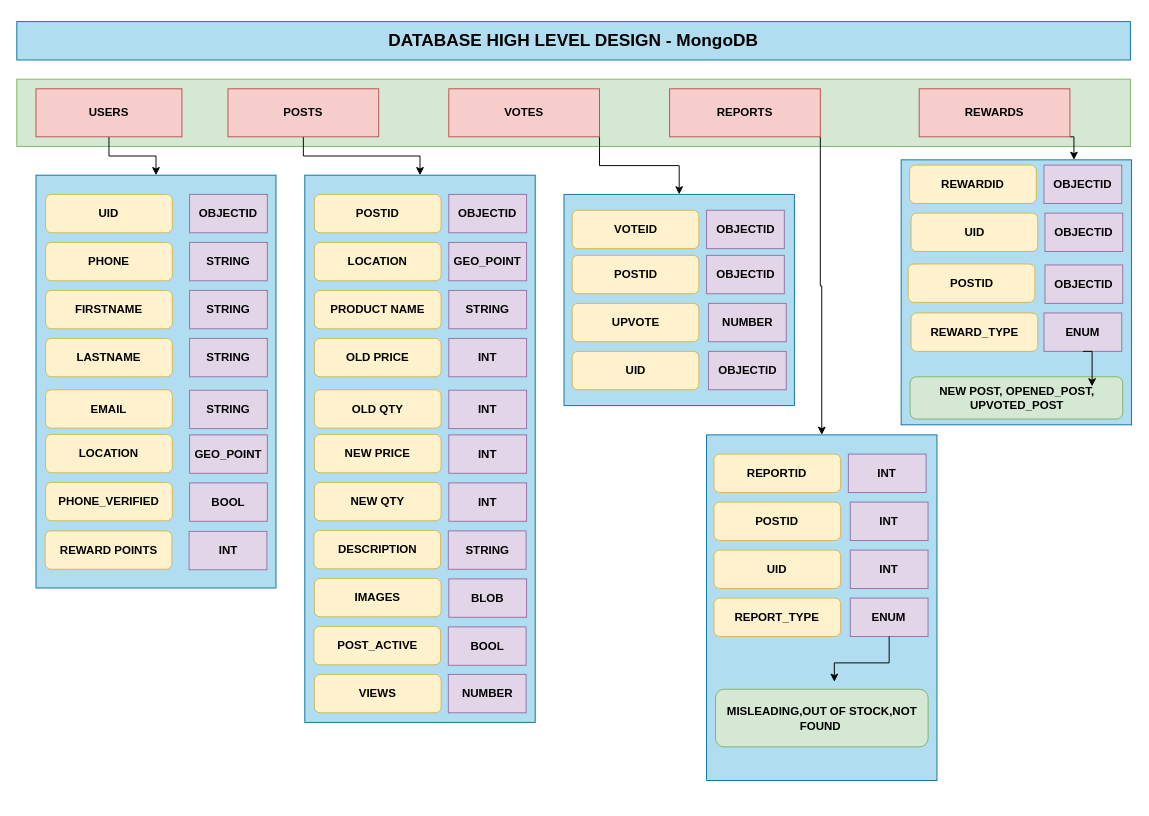
Above: page "DATABASE HIGH LEVEL DESIGN" (3 of 4) of rewards_app_system_design.drawio in NiharikaBalaga/rewarding-sale-app-docs (draw.io), before the change. Source tidied: cells renumbered, new cells numbered last; positions are measured from the earlier drawing's top-left corner, leaving out a move shared by most shapes. Both pictures are drawn from the tidied source at 96%, with x=0, y=0 at pixel (16, 21).
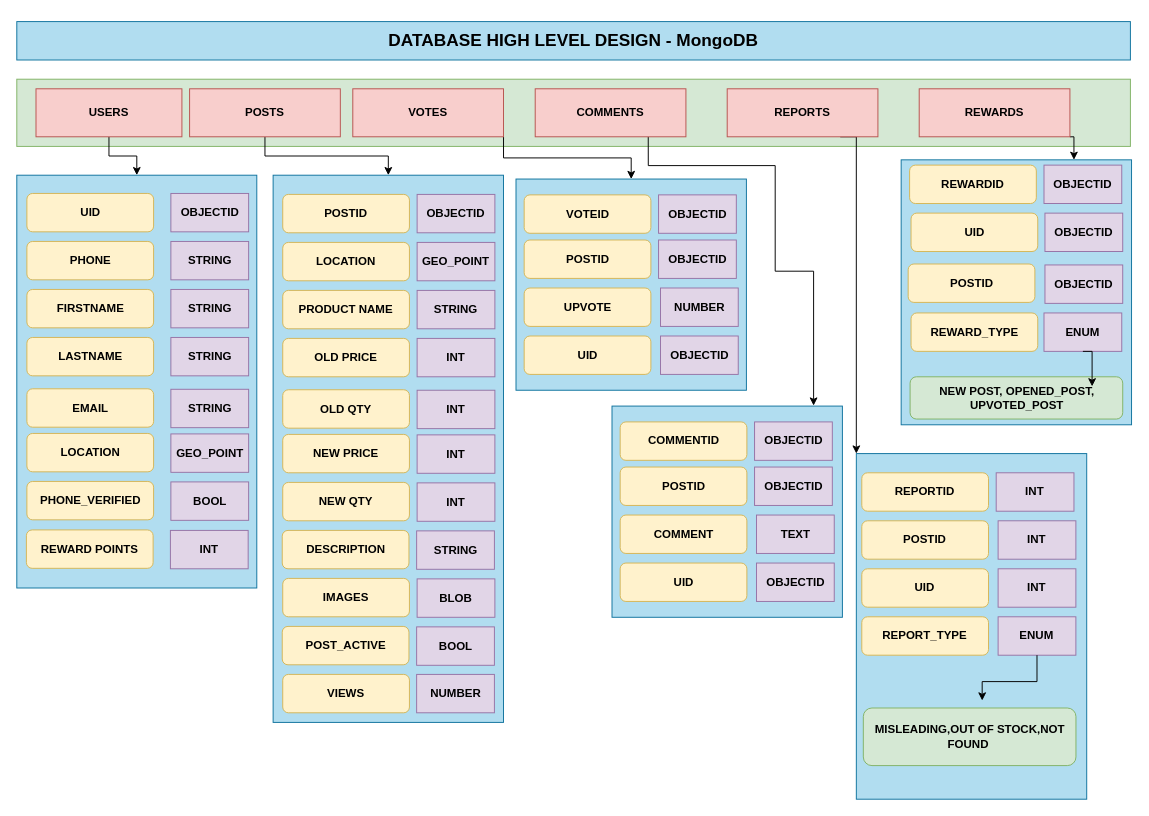
The same diagram, later.

Change to the diagram source:
```diff
@@
     <mxCell id="7" value="&lt;b&gt;POSTS&lt;/b&gt;" style="rounded=0;whiteSpace=wrap;html=1;fillColor=#f8cecc;strokeColor=#b85450;" parent="1" vertex="1">
-      <mxGeometry x="220" y="70" width="157" height="50" as="geometry" />
+      <mxGeometry x="180" y="70" width="157" height="50" as="geometry" />
     </mxCell>
@@
     <mxCell id="9" value="&lt;b&gt;VOTES&lt;/b&gt;" style="rounded=0;whiteSpace=wrap;html=1;fillColor=#f8cecc;strokeColor=#b85450;" parent="1" vertex="1">
-      <mxGeometry x="450" y="70" width="157" height="50" as="geometry" />
+      <mxGeometry x="350" y="70" width="157" height="50" as="geometry" />
     </mxCell>
-    <mxCell id="10" style="edgeStyle=orthogonalEdgeStyle;rounded=0;jettySize=auto;html=1;exitX=1;exitY=1;exitDx=0;exitDy=0;entryX=0.5;entryY=0;entryDx=0;entryDy=0;" parent="1" edge="1" source="11" target="55">
-      <mxGeometry relative="1" as="geometry" />
+    <mxCell id="10" style="edgeStyle=orthogonalEdgeStyle;rounded=0;jettySize=auto;html=1;exitX=0.75;exitY=1;exitDx=0;exitDy=0;entryX=0;entryY=0;entryDx=0;entryDy=0;" parent="1" edge="1" source="11" target="55">
+      <mxGeometry relative="1" as="geometry">
+        <Array as="points">
+          <mxPoint x="875" y="120" />
+        </Array>
+      </mxGeometry>
     </mxCell>
     <mxCell id="11" value="&lt;b&gt;REPORTS&lt;/b&gt;" style="rounded=0;whiteSpace=wrap;html=1;fillColor=#f8cecc;strokeColor=#b85450;" parent="1" vertex="1">
-      <mxGeometry x="680" y="70" width="157" height="50" as="geometry" />
+      <mxGeometry x="740" y="70" width="157" height="50" as="geometry" />
     </mxCell>
@@
     <mxCell id="14" style="rounded=0;whiteSpace=wrap;html=1;fillColor=#b1ddf0;strokeColor=#10739e;" parent="1" vertex="1">
-      <mxGeometry x="20" y="160" width="250" height="430" as="geometry" />
+      <mxGeometry y="160" width="250" height="430" as="geometry" />
     </mxCell>
     <mxCell id="15" value="&lt;h4&gt;UID&lt;/h4&gt;" style="rounded=1;whiteSpace=wrap;html=1;fillColor=#fff2cc;strokeColor=#d6b656;" parent="1" vertex="1">
-      <mxGeometry x="30" y="180" width="132" height="40" as="geometry" />
+      <mxGeometry x="10.5" y="179" width="132" height="40" as="geometry" />
     </mxCell>
     <mxCell id="16" value="&lt;h4&gt;PHONE&lt;/h4&gt;" style="rounded=1;whiteSpace=wrap;html=1;fillColor=#fff2cc;strokeColor=#d6b656;" parent="1" vertex="1">
-      <mxGeometry x="30" y="230" width="132" height="40" as="geometry" />
+      <mxGeometry x="10.5" y="229" width="132" height="40" as="geometry" />
     </mxCell>
     <mxCell id="17" value="&lt;h4&gt;FIRSTNAME&lt;/h4&gt;" style="rounded=1;whiteSpace=wrap;html=1;fillColor=#fff2cc;strokeColor=#d6b656;" parent="1" vertex="1">
-      <mxGeometry x="30" y="280" width="132" height="40" as="geometry" />
+      <mxGeometry x="10.5" y="279" width="132" height="40" as="geometry" />
     </mxCell>
     <mxCell id="18" value="&lt;h4&gt;OBJECTID&lt;/h4&gt;" style="rounded=0;whiteSpace=wrap;html=1;fillColor=#e1d5e7;strokeColor=#9673a6;" parent="1" vertex="1">
-      <mxGeometry x="180" y="180" width="81" height="40" as="geometry" />
+      <mxGeometry x="160.5" y="179" width="81" height="40" as="geometry" />
     </mxCell>
     <mxCell id="19" value="&lt;h4&gt;STRING&lt;/h4&gt;" style="rounded=0;whiteSpace=wrap;html=1;fillColor=#e1d5e7;strokeColor=#9673a6;" parent="1" vertex="1">
-      <mxGeometry x="180" y="230" width="81" height="40" as="geometry" />
+      <mxGeometry x="160.5" y="229" width="81" height="40" as="geometry" />
     </mxCell>
     <mxCell id="20" value="&lt;h4&gt;LASTNAME&lt;/h4&gt;" style="rounded=1;whiteSpace=wrap;html=1;fillColor=#fff2cc;strokeColor=#d6b656;" parent="1" vertex="1">
-      <mxGeometry x="30" y="330" width="132" height="40" as="geometry" />
+      <mxGeometry x="10.5" y="329" width="132" height="40" as="geometry" />
     </mxCell>
     <mxCell id="21" value="&lt;h4&gt;EMAIL&lt;/h4&gt;" style="rounded=1;whiteSpace=wrap;html=1;fillColor=#fff2cc;strokeColor=#d6b656;" parent="1" vertex="1">
-      <mxGeometry x="30" y="383.5" width="132" height="40" as="geometry" />
+      <mxGeometry x="10.5" y="382.5" width="132" height="40" as="geometry" />
     </mxCell>
     <mxCell id="22" value="&lt;h4&gt;LOCATION&lt;/h4&gt;" style="rounded=1;whiteSpace=wrap;html=1;fillColor=#fff2cc;strokeColor=#d6b656;" parent="1" vertex="1">
-      <mxGeometry x="30" y="430" width="132" height="40" as="geometry" />
+      <mxGeometry x="10.5" y="429" width="132" height="40" as="geometry" />
     </mxCell>
     <mxCell id="23" value="&lt;h4&gt;GEO_POINT&lt;/h4&gt;" style="rounded=0;whiteSpace=wrap;html=1;fillColor=#e1d5e7;strokeColor=#9673a6;" parent="1" vertex="1">
-      <mxGeometry x="180" y="430.5" width="81" height="40" as="geometry" />
+      <mxGeometry x="160.5" y="429.5" width="81" height="40" as="geometry" />
     </mxCell>
     <mxCell id="24" value="&lt;h4&gt;STRING&lt;/h4&gt;" style="rounded=0;whiteSpace=wrap;html=1;fillColor=#e1d5e7;strokeColor=#9673a6;" parent="1" vertex="1">
-      <mxGeometry x="180" y="280" width="81" height="40" as="geometry" />
+      <mxGeometry x="160.5" y="279" width="81" height="40" as="geometry" />
     </mxCell>
     <mxCell id="25" value="&lt;h4&gt;STRING&lt;/h4&gt;" style="rounded=0;whiteSpace=wrap;html=1;fillColor=#e1d5e7;strokeColor=#9673a6;" parent="1" vertex="1">
-      <mxGeometry x="180" y="330" width="81" height="40" as="geometry" />
+      <mxGeometry x="160.5" y="329" width="81" height="40" as="geometry" />
     </mxCell>
     <mxCell id="26" value="&lt;h4&gt;STRING&lt;/h4&gt;" style="rounded=0;whiteSpace=wrap;html=1;fillColor=#e1d5e7;strokeColor=#9673a6;" parent="1" vertex="1">
-      <mxGeometry x="180" y="384" width="81" height="40" as="geometry" />
+      <mxGeometry x="160.5" y="383" width="81" height="40" as="geometry" />
     </mxCell>
     <mxCell id="27" value="&lt;h4&gt;PHONE_VERIFIED&lt;/h4&gt;" style="rounded=1;whiteSpace=wrap;html=1;fillColor=#fff2cc;strokeColor=#d6b656;" parent="1" vertex="1">
-      <mxGeometry x="30" y="480" width="132" height="40" as="geometry" />
+      <mxGeometry x="10.5" y="479" width="132" height="40" as="geometry" />
     </mxCell>
     <mxCell id="28" value="&lt;h4&gt;BOOL&lt;/h4&gt;" style="rounded=0;whiteSpace=wrap;html=1;fillColor=#e1d5e7;strokeColor=#9673a6;" parent="1" vertex="1">
-      <mxGeometry x="180" y="480.5" width="81" height="40" as="geometry" />
+      <mxGeometry x="160.5" y="479.5" width="81" height="40" as="geometry" />
     </mxCell>
     <mxCell id="29" style="rounded=0;whiteSpace=wrap;html=1;fillColor=#b1ddf0;strokeColor=#10739e;" parent="1" vertex="1">
-      <mxGeometry x="300" y="160" width="240" height="570" as="geometry" />
+      <mxGeometry x="267" y="160" width="240" height="570" as="geometry" />
     </mxCell>
     <mxCell id="30" value="&lt;h4&gt;POSTID&lt;/h4&gt;" style="rounded=1;whiteSpace=wrap;html=1;fillColor=#fff2cc;strokeColor=#d6b656;" parent="1" vertex="1">
-      <mxGeometry x="310" y="180" width="132" height="40" as="geometry" />
+      <mxGeometry x="277" y="180" width="132" height="40" as="geometry" />
     </mxCell>
     <mxCell id="31" value="&lt;h4&gt;LOCATION&lt;/h4&gt;" style="rounded=1;whiteSpace=wrap;html=1;fillColor=#fff2cc;strokeColor=#d6b656;" parent="1" vertex="1">
-      <mxGeometry x="310" y="230" width="132" height="40" as="geometry" />
+      <mxGeometry x="277" y="230" width="132" height="40" as="geometry" />
     </mxCell>
     <mxCell id="32" value="&lt;h4 style=&quot;border-color: var(--border-color);&quot;&gt;PRODUCT NAME&lt;/h4&gt;" style="rounded=1;whiteSpace=wrap;html=1;fillColor=#fff2cc;strokeColor=#d6b656;" parent="1" vertex="1">
-      <mxGeometry x="310" y="280" width="132" height="40" as="geometry" />
+      <mxGeometry x="277" y="280" width="132" height="40" as="geometry" />
     </mxCell>
     <mxCell id="33" value="&lt;h4&gt;OLD PRICE&lt;/h4&gt;" style="rounded=1;whiteSpace=wrap;html=1;fillColor=#fff2cc;strokeColor=#d6b656;" parent="1" vertex="1">
-      <mxGeometry x="310" y="330" width="132" height="40" as="geometry" />
+      <mxGeometry x="277" y="330" width="132" height="40" as="geometry" />
     </mxCell>
     <mxCell id="34" value="&lt;h4&gt;OLD QTY&lt;/h4&gt;" style="rounded=1;whiteSpace=wrap;html=1;fillColor=#fff2cc;strokeColor=#d6b656;" parent="1" vertex="1">
-      <mxGeometry x="310" y="383.5" width="132" height="40" as="geometry" />
+      <mxGeometry x="277" y="383.5" width="132" height="40" as="geometry" />
     </mxCell>
     <mxCell id="35" value="&lt;h4&gt;NEW PRICE&lt;/h4&gt;" style="rounded=1;whiteSpace=wrap;html=1;fillColor=#fff2cc;strokeColor=#d6b656;" parent="1" vertex="1">
-      <mxGeometry x="310" y="430" width="132" height="40" as="geometry" />
+      <mxGeometry x="277" y="430" width="132" height="40" as="geometry" />
     </mxCell>
     <mxCell id="36" value="&lt;h4&gt;NEW QTY&lt;/h4&gt;" style="rounded=1;whiteSpace=wrap;html=1;fillColor=#fff2cc;strokeColor=#d6b656;" parent="1" vertex="1">
-      <mxGeometry x="310" y="480" width="132" height="40" as="geometry" />
+      <mxGeometry x="277" y="480" width="132" height="40" as="geometry" />
     </mxCell>
     <mxCell id="37" value="&lt;h4&gt;OBJECTID&lt;/h4&gt;" style="rounded=0;whiteSpace=wrap;html=1;fillColor=#e1d5e7;strokeColor=#9673a6;" parent="1" vertex="1">
-      <mxGeometry x="450" y="180" width="81" height="40" as="geometry" />
+      <mxGeometry x="417" y="180" width="81" height="40" as="geometry" />
     </mxCell>
     <mxCell id="38" value="&lt;h4 style=&quot;border-color: var(--border-color);&quot;&gt;GEO_POINT&lt;/h4&gt;" style="rounded=0;whiteSpace=wrap;html=1;fillColor=#e1d5e7;strokeColor=#9673a6;" parent="1" vertex="1">
-      <mxGeometry x="450" y="230" width="81" height="40" as="geometry" />
+      <mxGeometry x="417" y="230" width="81" height="40" as="geometry" />
     </mxCell>
     <mxCell id="39" value="&lt;h4&gt;INT&lt;/h4&gt;" style="rounded=0;whiteSpace=wrap;html=1;fillColor=#e1d5e7;strokeColor=#9673a6;" parent="1" vertex="1">
-      <mxGeometry x="450" y="430.5" width="81" height="40" as="geometry" />
+      <mxGeometry x="417" y="430.5" width="81" height="40" as="geometry" />
     </mxCell>
     <mxCell id="40" value="&lt;h4&gt;STRING&lt;/h4&gt;" style="rounded=0;whiteSpace=wrap;html=1;fillColor=#e1d5e7;strokeColor=#9673a6;" parent="1" vertex="1">
-      <mxGeometry x="450" y="280" width="81" height="40" as="geometry" />
+      <mxGeometry x="417" y="280" width="81" height="40" as="geometry" />
     </mxCell>
     <mxCell id="41" value="&lt;h4&gt;INT&lt;/h4&gt;" style="rounded=0;whiteSpace=wrap;html=1;fillColor=#e1d5e7;strokeColor=#9673a6;" parent="1" vertex="1">
-      <mxGeometry x="450" y="330" width="81" height="40" as="geometry" />
+      <mxGeometry x="417" y="330" width="81" height="40" as="geometry" />
     </mxCell>
     <mxCell id="42" value="&lt;h4&gt;INT&lt;/h4&gt;" style="rounded=0;whiteSpace=wrap;html=1;fillColor=#e1d5e7;strokeColor=#9673a6;" parent="1" vertex="1">
-      <mxGeometry x="450" y="384" width="81" height="40" as="geometry" />
+      <mxGeometry x="417" y="384" width="81" height="40" as="geometry" />
     </mxCell>
     <mxCell id="43" value="&lt;h4&gt;INT&lt;/h4&gt;" style="rounded=0;whiteSpace=wrap;html=1;fillColor=#e1d5e7;strokeColor=#9673a6;" parent="1" vertex="1">
-      <mxGeometry x="450" y="480.5" width="81" height="40" as="geometry" />
+      <mxGeometry x="417" y="480.5" width="81" height="40" as="geometry" />
     </mxCell>
     <mxCell id="44" value="&lt;h4&gt;DESCRIPTION&lt;/h4&gt;" style="rounded=1;whiteSpace=wrap;html=1;fillColor=#fff2cc;strokeColor=#d6b656;" parent="1" vertex="1">
-      <mxGeometry x="309.5" y="530" width="132" height="40" as="geometry" />
+      <mxGeometry x="276.5" y="530" width="132" height="40" as="geometry" />
     </mxCell>
     <mxCell id="45" value="&lt;h4&gt;STRING&lt;/h4&gt;" style="rounded=0;whiteSpace=wrap;html=1;fillColor=#e1d5e7;strokeColor=#9673a6;" parent="1" vertex="1">
-      <mxGeometry x="449.5" y="530.5" width="81" height="40" as="geometry" />
+      <mxGeometry x="416.5" y="530.5" width="81" height="40" as="geometry" />
     </mxCell>
     <mxCell id="46" value="&lt;h4&gt;IMAGES&lt;/h4&gt;" style="rounded=1;whiteSpace=wrap;html=1;fillColor=#fff2cc;strokeColor=#d6b656;" parent="1" vertex="1">
-      <mxGeometry x="310" y="580" width="132" height="40" as="geometry" />
+      <mxGeometry x="277" y="580" width="132" height="40" as="geometry" />
     </mxCell>
     <mxCell id="47" value="&lt;h4&gt;BLOB&lt;/h4&gt;" style="rounded=0;whiteSpace=wrap;html=1;fillColor=#e1d5e7;strokeColor=#9673a6;" parent="1" vertex="1">
-      <mxGeometry x="450" y="580.5" width="81" height="40" as="geometry" />
+      <mxGeometry x="417" y="580.5" width="81" height="40" as="geometry" />
     </mxCell>
     <mxCell id="48" style="rounded=0;whiteSpace=wrap;html=1;fillColor=#b1ddf0;strokeColor=#10739e;" parent="1" vertex="1">
-      <mxGeometry x="570" y="180" width="240" height="220" as="geometry" />
+      <mxGeometry x="520" y="164" width="240" height="220" as="geometry" />
     </mxCell>
     <mxCell id="49" value="&lt;h4&gt;POSTID&lt;/h4&gt;" style="rounded=1;whiteSpace=wrap;html=1;fillColor=#fff2cc;strokeColor=#d6b656;" parent="1" vertex="1">
-      <mxGeometry x="578.5" y="243.5" width="132" height="40" as="geometry" />
+      <mxGeometry x="528.5" y="227.5" width="132" height="40" as="geometry" />
     </mxCell>
     <mxCell id="50" value="&lt;h4&gt;OBJECTID&lt;/h4&gt;" style="rounded=0;whiteSpace=wrap;html=1;fillColor=#e1d5e7;strokeColor=#9673a6;" parent="1" vertex="1">
-      <mxGeometry x="718.5" y="243.5" width="81" height="40" as="geometry" />
+      <mxGeometry x="668.5" y="227.5" width="81" height="40" as="geometry" />
     </mxCell>
     <mxCell id="51" value="&lt;h4&gt;UPVOTE&lt;/h4&gt;" style="rounded=1;whiteSpace=wrap;html=1;fillColor=#fff2cc;strokeColor=#d6b656;" parent="1" vertex="1">
-      <mxGeometry x="578.5" y="293.5" width="132" height="40" as="geometry" />
+      <mxGeometry x="528.5" y="277.5" width="132" height="40" as="geometry" />
     </mxCell>
     <mxCell id="52" value="&lt;h4&gt;NUMBER&lt;/h4&gt;" style="rounded=0;whiteSpace=wrap;html=1;fillColor=#e1d5e7;strokeColor=#9673a6;" parent="1" vertex="1">
-      <mxGeometry x="720.5" y="293.5" width="81" height="40" as="geometry" />
+      <mxGeometry x="670.5" y="277.5" width="81" height="40" as="geometry" />
     </mxCell>
     <mxCell id="53" value="&lt;h4&gt;UID&lt;/h4&gt;" style="rounded=1;whiteSpace=wrap;html=1;fillColor=#fff2cc;strokeColor=#d6b656;" parent="1" vertex="1">
-      <mxGeometry x="578.5" y="343.5" width="132" height="40" as="geometry" />
+      <mxGeometry x="528.5" y="327.5" width="132" height="40" as="geometry" />
     </mxCell>
     <mxCell id="54" value="&lt;h4&gt;OBJECTID&lt;/h4&gt;" style="rounded=0;whiteSpace=wrap;html=1;fillColor=#e1d5e7;strokeColor=#9673a6;" parent="1" vertex="1">
-      <mxGeometry x="720.5" y="343.5" width="81" height="40" as="geometry" />
+      <mxGeometry x="670.5" y="327.5" width="81" height="40" as="geometry" />
     </mxCell>
     <mxCell id="55" style="rounded=0;whiteSpace=wrap;html=1;fillColor=#b1ddf0;strokeColor=#10739e;" parent="1" vertex="1">
-      <mxGeometry x="718.5" y="430.5" width="240" height="360" as="geometry" />
+      <mxGeometry x="874.5" y="450" width="240" height="360" as="geometry" />
     </mxCell>
     <mxCell id="56" value="&lt;h4&gt;REPORTID&lt;/h4&gt;" style="rounded=1;whiteSpace=wrap;html=1;fillColor=#fff2cc;strokeColor=#d6b656;" parent="1" vertex="1">
-      <mxGeometry x="726.2" y="450.5" width="132" height="40" as="geometry" />
+      <mxGeometry x="880.2" y="470" width="132" height="40" as="geometry" />
     </mxCell>
     <mxCell id="57" value="&lt;h4&gt;INT&lt;/h4&gt;" style="rounded=0;whiteSpace=wrap;html=1;fillColor=#e1d5e7;strokeColor=#9673a6;" parent="1" vertex="1">
-      <mxGeometry x="866.2" y="450.5" width="81" height="40" as="geometry" />
+      <mxGeometry x="1020.2" y="470" width="81" height="40" as="geometry" />
     </mxCell>
     <mxCell id="58" value="&lt;h4&gt;POSTID&lt;/h4&gt;" style="rounded=1;whiteSpace=wrap;html=1;fillColor=#fff2cc;strokeColor=#d6b656;" parent="1" vertex="1">
-      <mxGeometry x="726.2" y="500.5" width="132" height="40" as="geometry" />
+      <mxGeometry x="880.2" y="520" width="132" height="40" as="geometry" />
     </mxCell>
     <mxCell id="59" value="&lt;h4&gt;INT&lt;/h4&gt;" style="rounded=0;whiteSpace=wrap;html=1;fillColor=#e1d5e7;strokeColor=#9673a6;" parent="1" vertex="1">
-      <mxGeometry x="868.2" y="500.5" width="81" height="40" as="geometry" />
+      <mxGeometry x="1022.2" y="520" width="81" height="40" as="geometry" />
     </mxCell>
     <mxCell id="60" value="&lt;h4&gt;UID&lt;/h4&gt;" style="rounded=1;whiteSpace=wrap;html=1;fillColor=#fff2cc;strokeColor=#d6b656;" parent="1" vertex="1">
-      <mxGeometry x="726.2" y="550.5" width="132" height="40" as="geometry" />
+      <mxGeometry x="880.2" y="570" width="132" height="40" as="geometry" />
     </mxCell>
     <mxCell id="61" value="&lt;h4&gt;INT&lt;/h4&gt;" style="rounded=0;whiteSpace=wrap;html=1;fillColor=#e1d5e7;strokeColor=#9673a6;" parent="1" vertex="1">
-      <mxGeometry x="868.2" y="550.5" width="81" height="40" as="geometry" />
+      <mxGeometry x="1022.2" y="570" width="81" height="40" as="geometry" />
     </mxCell>
     <mxCell id="62" value="&lt;h4&gt;REPORT_TYPE&lt;/h4&gt;" style="rounded=1;whiteSpace=wrap;html=1;fillColor=#fff2cc;strokeColor=#d6b656;" parent="1" vertex="1">
-      <mxGeometry x="726.2" y="600.5" width="132" height="40" as="geometry" />
+      <mxGeometry x="880.2" y="620" width="132" height="40" as="geometry" />
     </mxCell>
     <mxCell id="63" value="&lt;h4&gt;ENUM&lt;/h4&gt;" style="rounded=0;whiteSpace=wrap;html=1;fillColor=#e1d5e7;strokeColor=#9673a6;" parent="1" vertex="1">
-      <mxGeometry x="868.2" y="600.5" width="81" height="40" as="geometry" />
+      <mxGeometry x="1022.2" y="620" width="81" height="40" as="geometry" />
     </mxCell>
     <mxCell id="64" value="&lt;h4&gt;VOTEID&lt;/h4&gt;" style="rounded=1;whiteSpace=wrap;html=1;fillColor=#fff2cc;strokeColor=#d6b656;" parent="1" vertex="1">
-      <mxGeometry x="578.5" y="196.5" width="132" height="40" as="geometry" />
+      <mxGeometry x="528.5" y="180.5" width="132" height="40" as="geometry" />
     </mxCell>
     <mxCell id="65" value="&lt;h4&gt;OBJECTID&lt;/h4&gt;" style="rounded=0;whiteSpace=wrap;html=1;fillColor=#e1d5e7;strokeColor=#9673a6;" parent="1" vertex="1">
-      <mxGeometry x="718.5" y="196.5" width="81" height="40" as="geometry" />
+      <mxGeometry x="668.5" y="180.5" width="81" height="40" as="geometry" />
     </mxCell>
     <mxCell id="66" value="&lt;h4&gt;MISLEADING,OUT OF STOCK,NOT FOUND&amp;nbsp;&lt;/h4&gt;" style="rounded=1;whiteSpace=wrap;html=1;fillColor=#d5e8d4;strokeColor=#82b366;" parent="1" vertex="1">
-      <mxGeometry x="727.8" y="695.5" width="221.5" height="60" as="geometry" />
+      <mxGeometry x="881.8" y="715" width="221.5" height="60" as="geometry" />
     </mxCell>
@@
     <mxCell id="76" value="&lt;h4&gt;REWARD POINTS&lt;/h4&gt;" style="rounded=1;whiteSpace=wrap;html=1;fillColor=#fff2cc;strokeColor=#d6b656;" parent="1" vertex="1">
-      <mxGeometry x="29.5" y="530.5" width="132" height="40" as="geometry" />
+      <mxGeometry x="10" y="529.5" width="132" height="40" as="geometry" />
     </mxCell>
     <mxCell id="77" value="&lt;h4&gt;INT&lt;/h4&gt;" style="rounded=0;whiteSpace=wrap;html=1;fillColor=#e1d5e7;strokeColor=#9673a6;" parent="1" vertex="1">
-      <mxGeometry x="179.5" y="531" width="81" height="40" as="geometry" />
+      <mxGeometry x="160" y="530" width="81" height="40" as="geometry" />
     </mxCell>
     <mxCell id="78" value="&lt;h4&gt;POST_ACTIVE&lt;/h4&gt;" style="rounded=1;whiteSpace=wrap;html=1;fillColor=#fff2cc;strokeColor=#d6b656;" parent="1" vertex="1">
-      <mxGeometry x="309.5" y="630" width="132" height="40" as="geometry" />
+      <mxGeometry x="276.5" y="630" width="132" height="40" as="geometry" />
     </mxCell>
     <mxCell id="79" value="&lt;h4&gt;BOOL&lt;/h4&gt;" style="rounded=0;whiteSpace=wrap;html=1;fillColor=#e1d5e7;strokeColor=#9673a6;" parent="1" vertex="1">
-      <mxGeometry x="449.5" y="630.5" width="81" height="40" as="geometry" />
+      <mxGeometry x="416.5" y="630.5" width="81" height="40" as="geometry" />
     </mxCell>
@@
     <mxCell id="83" value="&lt;h4&gt;VIEWS&lt;/h4&gt;" style="rounded=1;whiteSpace=wrap;html=1;fillColor=#fff2cc;strokeColor=#d6b656;" parent="1" vertex="1">
-      <mxGeometry x="310" y="680" width="132" height="40" as="geometry" />
+      <mxGeometry x="277" y="680" width="132" height="40" as="geometry" />
     </mxCell>
     <mxCell id="84" value="&lt;h4&gt;NUMBER&lt;/h4&gt;" style="rounded=0;whiteSpace=wrap;html=1;fillColor=#e1d5e7;strokeColor=#9673a6;" parent="1" vertex="1">
-      <mxGeometry x="449.5" y="680" width="81" height="40" as="geometry" />
+      <mxGeometry x="416.5" y="680" width="81" height="40" as="geometry" />
     </mxCell>
+    <mxCell id="85" style="edgeStyle=orthogonalEdgeStyle;rounded=0;jettySize=auto;html=1;exitX=0.75;exitY=1;exitDx=0;exitDy=0;" parent="1" edge="1" source="86">
+      <mxGeometry relative="1" as="geometry">
+        <mxPoint x="830" y="400" as="targetPoint" />
+        <Array as="points">
+          <mxPoint x="658" y="150" />
+          <mxPoint x="790" y="150" />
+          <mxPoint x="790" y="260" />
+          <mxPoint x="830" y="260" />
+        </Array>
+      </mxGeometry>
+    </mxCell>
+    <mxCell id="86" value="&lt;b&gt;COMMENTS&lt;/b&gt;" style="rounded=0;whiteSpace=wrap;html=1;fillColor=#f8cecc;strokeColor=#b85450;" parent="1" vertex="1">
+      <mxGeometry x="540" y="70" width="157" height="50" as="geometry" />
+    </mxCell>
+    <mxCell id="87" style="rounded=0;whiteSpace=wrap;html=1;fillColor=#b1ddf0;strokeColor=#10739e;" parent="1" vertex="1">
+      <mxGeometry x="620" y="400.5" width="240" height="220" as="geometry" />
+    </mxCell>
+    <mxCell id="88" value="&lt;h4&gt;POSTID&lt;/h4&gt;" style="rounded=1;whiteSpace=wrap;html=1;fillColor=#fff2cc;strokeColor=#d6b656;" parent="1" vertex="1">
+      <mxGeometry x="628.5" y="464" width="132" height="40" as="geometry" />
+    </mxCell>
+    <mxCell id="89" value="&lt;h4&gt;OBJECTID&lt;/h4&gt;" style="rounded=0;whiteSpace=wrap;html=1;fillColor=#e1d5e7;strokeColor=#9673a6;" parent="1" vertex="1">
+      <mxGeometry x="768.5" y="464" width="81" height="40" as="geometry" />
+    </mxCell>
+    <mxCell id="90" value="&lt;h4&gt;COMMENT&lt;/h4&gt;" style="rounded=1;whiteSpace=wrap;html=1;fillColor=#fff2cc;strokeColor=#d6b656;" parent="1" vertex="1">
+      <mxGeometry x="628.5" y="514" width="132" height="40" as="geometry" />
+    </mxCell>
+    <mxCell id="91" value="&lt;h4&gt;TEXT&lt;/h4&gt;" style="rounded=0;whiteSpace=wrap;html=1;fillColor=#e1d5e7;strokeColor=#9673a6;" parent="1" vertex="1">
+      <mxGeometry x="770.5" y="514" width="81" height="40" as="geometry" />
+    </mxCell>
+    <mxCell id="92" value="&lt;h4&gt;UID&lt;/h4&gt;" style="rounded=1;whiteSpace=wrap;html=1;fillColor=#fff2cc;strokeColor=#d6b656;" parent="1" vertex="1">
+      <mxGeometry x="628.5" y="564" width="132" height="40" as="geometry" />
+    </mxCell>
+    <mxCell id="93" value="&lt;h4&gt;OBJECTID&lt;/h4&gt;" style="rounded=0;whiteSpace=wrap;html=1;fillColor=#e1d5e7;strokeColor=#9673a6;" parent="1" vertex="1">
+      <mxGeometry x="770.5" y="564" width="81" height="40" as="geometry" />
+    </mxCell>
+    <mxCell id="94" value="&lt;h4&gt;COMMENTID&lt;/h4&gt;" style="rounded=1;whiteSpace=wrap;html=1;fillColor=#fff2cc;strokeColor=#d6b656;" parent="1" vertex="1">
+      <mxGeometry x="628.5" y="417" width="132" height="40" as="geometry" />
+    </mxCell>
+    <mxCell id="95" value="&lt;h4&gt;OBJECTID&lt;/h4&gt;" style="rounded=0;whiteSpace=wrap;html=1;fillColor=#e1d5e7;strokeColor=#9673a6;" parent="1" vertex="1">
+      <mxGeometry x="768.5" y="417" width="81" height="40" as="geometry" />
+    </mxCell>
```
